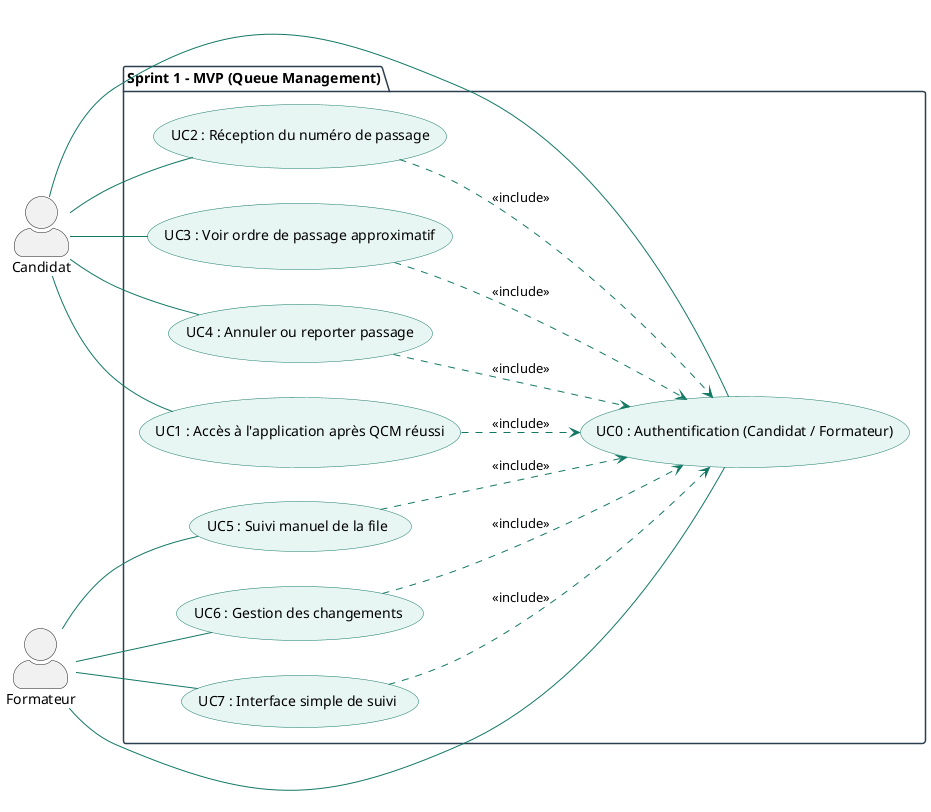
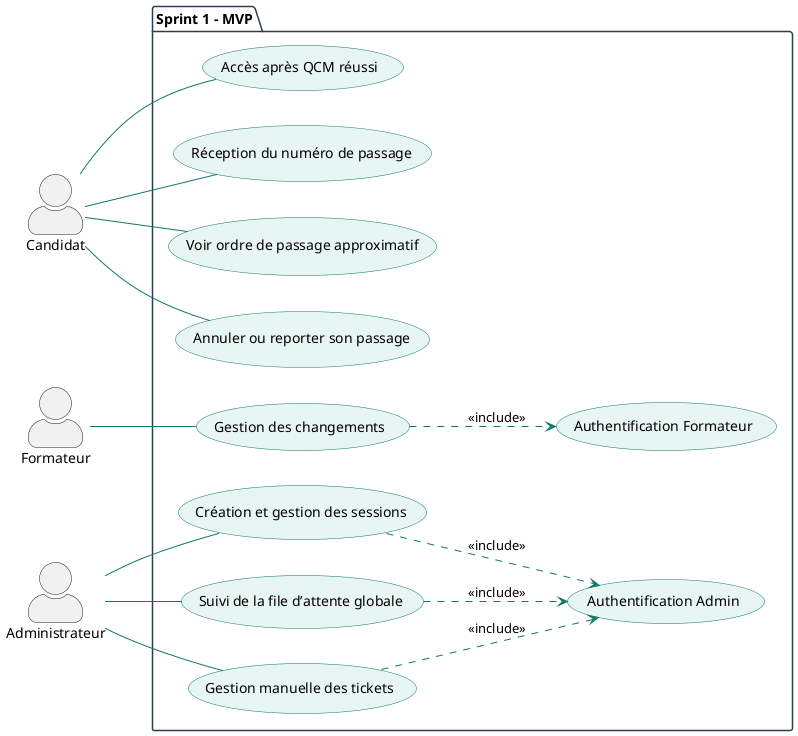
- @startuml Sprint1_QueueManagement
+ @startuml QueueManagement_Sprint1
skinparam actorStyle awesome
left to right direction

skinparam package {
    BackgroundColor White
    BorderColor #2C3E50
}

skinparam usecase {
    BackgroundColor #E8F6F3
    BorderColor #117864
    ArrowColor #117864
}

actor "Candidat" as C
actor "Formateur" as F
+ actor "Administrateur" as Admin

- package "Sprint 1 – MVP (Queue Management)" {
+ package "Sprint 1 – MVP" {

-     ' Authentification obligatoire
-     usecase "UC0 : Authentification (Candidat / Formateur)" as UC0
-     C -- UC0
-     F -- UC0
- 
+     ' ========================
    ' Espace Candidat
-     usecase "UC1 : Accès à l'application après QCM réussi" as UC1
-     usecase "UC2 : Réception du numéro de passage" as UC2
-     usecase "UC3 : Voir ordre de passage approximatif" as UC3
-     usecase "UC4 : Annuler ou reporter passage" as UC4
+     ' ========================
+     usecase "Accès après QCM réussi" as UC1
+     usecase "Réception du numéro de passage" as UC2
+     usecase "Voir ordre de passage approximatif" as UC3
+     usecase "Annuler ou reporter son passage" as UC4

    C -- UC1
    C -- UC2
    C -- UC3
    C -- UC4

-     UC1 ..> UC0 : <<include>>
-     UC2 ..> UC0 : <<include>>
-     UC3 ..> UC0 : <<include>>
-     UC4 ..> UC0 : <<include>>
+     ' ========================
+     ' Espace Formateur
+     ' ========================
+     usecase "Authentification Formateur" as UC5
+     usecase "Gestion des changements" as UC7

-     ' Espace Formateur
-     usecase "UC5 : Suivi manuel de la file" as UC5
-     usecase "UC6 : Gestion des changements" as UC6
-     usecase "UC7 : Interface simple de suivi" as UC7

-     F -- UC5
-     F -- UC6
+ 
    F -- UC7

-     UC5 ..> UC0 : <<include>>
-     UC6 ..> UC0 : <<include>>
-     UC7 ..> UC0 : <<include>>
+     UC7 ..> UC5 : <<include>>
+ 
+     ' ========================
+     ' Espace Administrateur
+     ' ========================
+     usecase "Authentification Admin" as UCA1
+     usecase "Création et gestion des sessions" as UCA2
+     usecase "Suivi de la file d’attente globale" as UCA3
+     usecase "Gestion manuelle des tickets" as UCA4
+ 
+     Admin -- UCA2
+     Admin -- UCA3
+     Admin -- UCA4
+     UCA2 ..> UCA1 : <<include>>
+     UCA3 ..> UCA1 : <<include>>
+     UCA4 ..> UCA1 : <<include>>
}

@enduml